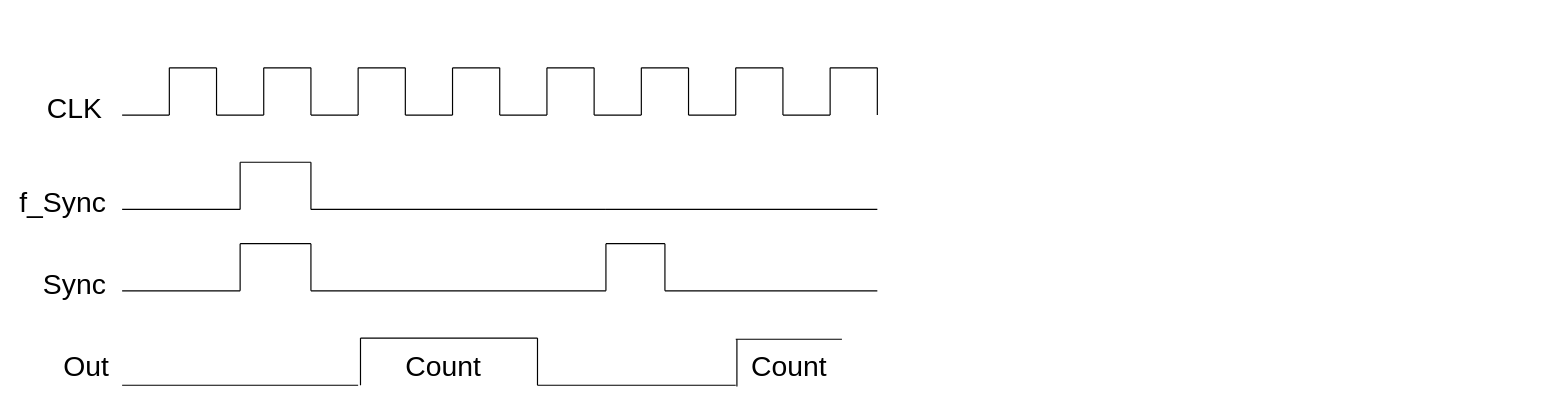
Before: Diagrams/regular.drawio in sabarioded/Patterns_Project, a draw.io diagram. Source tidied: cells renumbered, new cells numbered last; positions are measured from the earlier drawing's top-left corner, leaving out a move shared by most shapes. Both pictures are drawn from the tidied source at 118%, with x=0, y=0 at pixel (27, 67).
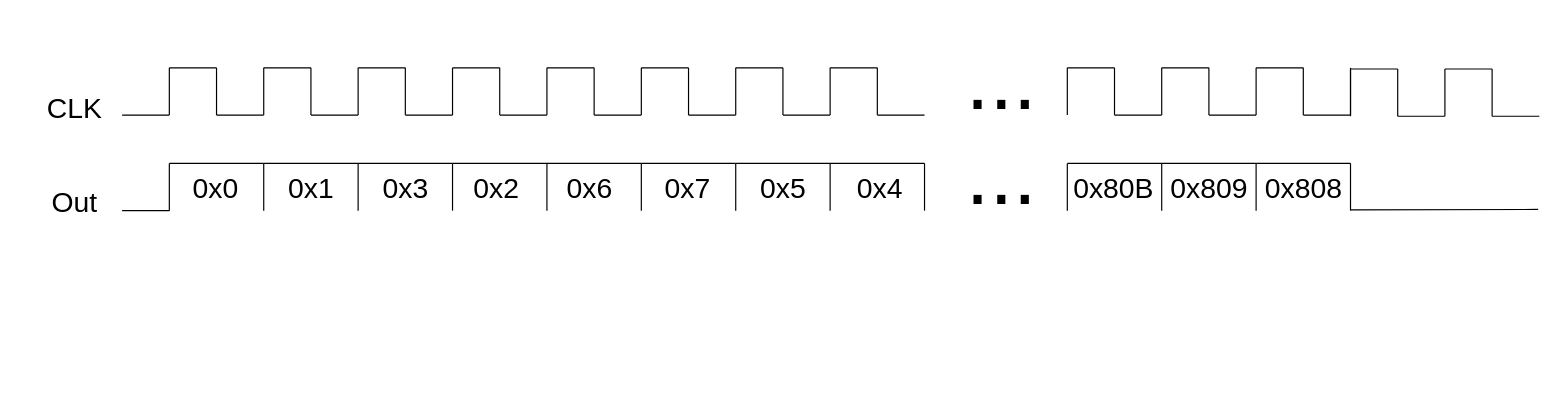
Above is the later version.

The edit, as a diff of the source:
```diff
@@
-    <mxCell id="27" style="endArrow=none;html=1;rounded=0;" parent="1" edge="1">
-      <mxGeometry relative="1" as="geometry">
-        <mxPoint x="80" y="189" as="sourcePoint" />
-        <mxPoint x="180" y="189" as="targetPoint" />
-      </mxGeometry>
-    </mxCell>
-    <mxCell id="28" style="endArrow=none;html=1;rounded=0;" parent="1" edge="1">
-      <mxGeometry relative="1" as="geometry">
-        <mxPoint x="180" y="189" as="sourcePoint" />
-        <mxPoint x="180" y="149" as="targetPoint" />
-      </mxGeometry>
-    </mxCell>
-    <mxCell id="29" style="endArrow=none;html=1;rounded=0;" parent="1" edge="1">
-      <mxGeometry relative="1" as="geometry">
-        <mxPoint x="180" y="149" as="sourcePoint" />
-        <mxPoint x="240" y="149" as="targetPoint" />
-      </mxGeometry>
-    </mxCell>
-    <mxCell id="30" style="endArrow=none;html=1;rounded=0;" parent="1" edge="1">
-      <mxGeometry relative="1" as="geometry">
-        <mxPoint x="240" y="189" as="sourcePoint" />
-        <mxPoint x="240" y="149" as="targetPoint" />
-      </mxGeometry>
-    </mxCell>
-    <mxCell id="31" style="endArrow=none;html=1;rounded=0;" parent="1" edge="1">
-      <mxGeometry relative="1" as="geometry">
-        <mxPoint x="240" y="189" as="sourcePoint" />
-        <mxPoint x="490" y="189" as="targetPoint" />
-      </mxGeometry>
-    </mxCell>
-    <mxCell id="32" style="endArrow=none;html=1;rounded=0;" parent="1" edge="1">
-      <mxGeometry relative="1" as="geometry">
-        <mxPoint x="490" y="189" as="sourcePoint" />
-        <mxPoint x="490" y="149" as="targetPoint" />
-      </mxGeometry>
-    </mxCell>
-    <mxCell id="33" style="endArrow=none;html=1;rounded=0;" parent="1" edge="1">
-      <mxGeometry relative="1" as="geometry">
-        <mxPoint x="490" y="149" as="sourcePoint" />
-        <mxPoint x="540" y="149" as="targetPoint" />
-      </mxGeometry>
-    </mxCell>
-    <mxCell id="34" style="endArrow=none;html=1;rounded=0;" parent="1" edge="1">
-      <mxGeometry relative="1" as="geometry">
-        <mxPoint x="540" y="189" as="sourcePoint" />
-        <mxPoint x="540" y="149" as="targetPoint" />
-      </mxGeometry>
-    </mxCell>
-    <mxCell id="35" style="endArrow=none;html=1;rounded=0;" parent="1" edge="1">
-      <mxGeometry relative="1" as="geometry">
-        <mxPoint x="540" y="189" as="sourcePoint" />
-        <mxPoint x="720" y="189" as="targetPoint" />
-      </mxGeometry>
-    </mxCell>
-    <mxCell id="36" style="endArrow=none;html=1;rounded=0;" parent="1" edge="1">
-      <mxGeometry relative="1" as="geometry">
-        <mxPoint x="80" y="269" as="sourcePoint" />
-        <mxPoint x="280" y="269" as="targetPoint" />
-      </mxGeometry>
-    </mxCell>
-    <mxCell id="37" style="endArrow=none;html=1;rounded=0;" parent="1" edge="1">
-      <mxGeometry relative="1" as="geometry">
-        <mxPoint x="282" y="269" as="sourcePoint" />
-        <mxPoint x="282" y="229" as="targetPoint" />
-      </mxGeometry>
-    </mxCell>
-    <mxCell id="38" style="endArrow=none;html=1;rounded=0;" parent="1" edge="1">
-      <mxGeometry relative="1" as="geometry">
-        <mxPoint x="282" y="229" as="sourcePoint" />
-        <mxPoint x="432" y="229" as="targetPoint" />
-      </mxGeometry>
-    </mxCell>
-    <mxCell id="39" style="endArrow=none;html=1;rounded=0;" parent="1" edge="1">
-      <mxGeometry relative="1" as="geometry">
-        <mxPoint x="432" y="269" as="sourcePoint" />
-        <mxPoint x="432" y="229" as="targetPoint" />
-      </mxGeometry>
-    </mxCell>
-    <mxCell id="40" value="&lt;font style=&quot;font-size: 24px;&quot;&gt;Count&lt;/font&gt;" style="text;html=1;align=center;verticalAlign=middle;strokeColor=none;fillColor=none;" parent="1" vertex="1">
-      <mxGeometry x="307" y="234" width="90" height="40" as="geometry" />
-    </mxCell>
-    <mxCell id="41" value="&lt;font style=&quot;font-size: 24px;&quot;&gt;Sync&lt;/font&gt;" style="text;html=1;align=center;verticalAlign=middle;whiteSpace=wrap;rounded=0;" parent="1" vertex="1">
-      <mxGeometry x="10" y="169" width="60" height="30" as="geometry" />
-    </mxCell>
@@
-    <mxCell id="50" style="endArrow=none;html=1;rounded=0;" parent="1" edge="1">
-      <mxGeometry relative="1" as="geometry">
-        <mxPoint x="432" y="269" as="sourcePoint" />
-        <mxPoint x="600" y="269" as="targetPoint" />
-      </mxGeometry>
-    </mxCell>
-    <mxCell id="51" style="endArrow=none;html=1;rounded=0;" parent="1" edge="1">
-      <mxGeometry relative="1" as="geometry">
-        <mxPoint x="601" y="270" as="sourcePoint" />
-        <mxPoint x="601" y="230" as="targetPoint" />
-      </mxGeometry>
-    </mxCell>
-    <mxCell id="52" style="endArrow=none;html=1;rounded=0;" parent="1" edge="1">
-      <mxGeometry relative="1" as="geometry">
-        <mxPoint x="600" y="230" as="sourcePoint" />
-        <mxPoint x="690" y="230" as="targetPoint" />
-      </mxGeometry>
-    </mxCell>
-    <mxCell id="53" value="&lt;font style=&quot;font-size: 24px;&quot;&gt;Count&lt;/font&gt;" style="text;html=1;align=center;verticalAlign=middle;strokeColor=none;fillColor=none;" parent="1" vertex="1">
-      <mxGeometry x="600" y="234" width="90" height="40" as="geometry" />
-    </mxCell>
     <mxCell id="54" value="&lt;font style=&quot;font-size: 24px;&quot;&gt;Out&lt;/font&gt;" style="text;html=1;align=center;verticalAlign=middle;whiteSpace=wrap;rounded=0;" parent="1" vertex="1">
-      <mxGeometry x="20" y="239" width="60" height="30" as="geometry" />
+      <mxGeometry x="10" y="100" width="60" height="30" as="geometry" />
     </mxCell>
-    <mxCell id="55" style="endArrow=none;html=1;rounded=0;" parent="1" edge="1">
-      <mxGeometry relative="1" as="geometry">
-        <mxPoint x="80" y="120" as="sourcePoint" />
-        <mxPoint x="180" y="120" as="targetPoint" />
-      </mxGeometry>
-    </mxCell>
-    <mxCell id="56" style="endArrow=none;html=1;rounded=0;" parent="1" edge="1">
-      <mxGeometry relative="1" as="geometry">
-        <mxPoint x="180" y="120" as="sourcePoint" />
-        <mxPoint x="180" y="80" as="targetPoint" />
-      </mxGeometry>
-    </mxCell>
-    <mxCell id="57" style="endArrow=none;html=1;rounded=0;" parent="1" edge="1">
-      <mxGeometry relative="1" as="geometry">
-        <mxPoint x="180" y="80" as="sourcePoint" />
-        <mxPoint x="240" y="80" as="targetPoint" />
-      </mxGeometry>
-    </mxCell>
-    <mxCell id="58" style="endArrow=none;html=1;rounded=0;" parent="1" edge="1">
-      <mxGeometry relative="1" as="geometry">
-        <mxPoint x="240" y="120" as="sourcePoint" />
-        <mxPoint x="240" y="80" as="targetPoint" />
-      </mxGeometry>
-    </mxCell>
-    <mxCell id="59" style="endArrow=none;html=1;rounded=0;" parent="1" edge="1">
-      <mxGeometry relative="1" as="geometry">
-        <mxPoint x="240" y="120" as="sourcePoint" />
-        <mxPoint x="490" y="120" as="targetPoint" />
-      </mxGeometry>
-    </mxCell>
-    <mxCell id="60" style="endArrow=none;html=1;rounded=0;" parent="1" edge="1">
-      <mxGeometry relative="1" as="geometry">
-        <mxPoint x="490" y="120" as="sourcePoint" />
-        <mxPoint x="720" y="120" as="targetPoint" />
-      </mxGeometry>
-    </mxCell>
-    <mxCell id="61" value="&lt;font style=&quot;font-size: 24px;&quot;&gt;f_Sync&lt;/font&gt;" style="text;html=1;align=center;verticalAlign=middle;whiteSpace=wrap;rounded=0;" parent="1" vertex="1">
-      <mxGeometry y="100" width="60" height="30" as="geometry" />
-    </mxCell>
+    <mxCell id="62" style="endArrow=none;html=1;rounded=0;" parent="1" edge="1">
+      <mxGeometry relative="1" as="geometry">
+        <mxPoint x="80" y="121" as="sourcePoint" />
+        <mxPoint x="120" y="121" as="targetPoint" />
+      </mxGeometry>
+    </mxCell>
+    <mxCell id="63" style="endArrow=none;html=1;rounded=0;" parent="1" edge="1">
+      <mxGeometry relative="1" as="geometry">
+        <mxPoint x="120" y="121" as="sourcePoint" />
+        <mxPoint x="120" y="81" as="targetPoint" />
+      </mxGeometry>
+    </mxCell>
+    <mxCell id="64" style="endArrow=none;html=1;rounded=0;" parent="1" edge="1">
+      <mxGeometry relative="1" as="geometry">
+        <mxPoint x="120" y="81" as="sourcePoint" />
+        <mxPoint x="200" y="81" as="targetPoint" />
+      </mxGeometry>
+    </mxCell>
+    <mxCell id="65" style="endArrow=none;html=1;rounded=0;" parent="1" edge="1">
+      <mxGeometry relative="1" as="geometry">
+        <mxPoint x="200" y="121" as="sourcePoint" />
+        <mxPoint x="200" y="81" as="targetPoint" />
+      </mxGeometry>
+    </mxCell>
+    <mxCell id="66" style="endArrow=none;html=1;rounded=0;" parent="1" edge="1">
+      <mxGeometry relative="1" as="geometry">
+        <mxPoint x="200" y="81" as="sourcePoint" />
+        <mxPoint x="280" y="81" as="targetPoint" />
+      </mxGeometry>
+    </mxCell>
+    <mxCell id="67" style="endArrow=none;html=1;rounded=0;" parent="1" edge="1">
+      <mxGeometry relative="1" as="geometry">
+        <mxPoint x="280" y="121" as="sourcePoint" />
+        <mxPoint x="280" y="81" as="targetPoint" />
+      </mxGeometry>
+    </mxCell>
+    <mxCell id="68" style="endArrow=none;html=1;rounded=0;" parent="1" edge="1">
+      <mxGeometry relative="1" as="geometry">
+        <mxPoint x="280" y="81" as="sourcePoint" />
+        <mxPoint x="360" y="81" as="targetPoint" />
+      </mxGeometry>
+    </mxCell>
+    <mxCell id="69" style="endArrow=none;html=1;rounded=0;" parent="1" edge="1">
+      <mxGeometry relative="1" as="geometry">
+        <mxPoint x="360" y="121" as="sourcePoint" />
+        <mxPoint x="360" y="81" as="targetPoint" />
+      </mxGeometry>
+    </mxCell>
+    <mxCell id="70" style="endArrow=none;html=1;rounded=0;" parent="1" edge="1">
+      <mxGeometry relative="1" as="geometry">
+        <mxPoint x="360" y="81" as="sourcePoint" />
+        <mxPoint x="440" y="81" as="targetPoint" />
+      </mxGeometry>
+    </mxCell>
+    <mxCell id="71" style="endArrow=none;html=1;rounded=0;" parent="1" edge="1">
+      <mxGeometry relative="1" as="geometry">
+        <mxPoint x="440" y="121" as="sourcePoint" />
+        <mxPoint x="440" y="81" as="targetPoint" />
+      </mxGeometry>
+    </mxCell>
+    <mxCell id="72" style="endArrow=none;html=1;rounded=0;" parent="1" edge="1">
+      <mxGeometry relative="1" as="geometry">
+        <mxPoint x="440" y="81" as="sourcePoint" />
+        <mxPoint x="520" y="81" as="targetPoint" />
+      </mxGeometry>
+    </mxCell>
+    <mxCell id="73" style="endArrow=none;html=1;rounded=0;" parent="1" edge="1">
+      <mxGeometry relative="1" as="geometry">
+        <mxPoint x="520" y="121" as="sourcePoint" />
+        <mxPoint x="520" y="81" as="targetPoint" />
+      </mxGeometry>
+    </mxCell>
+    <mxCell id="74" style="endArrow=none;html=1;rounded=0;" parent="1" edge="1">
+      <mxGeometry relative="1" as="geometry">
+        <mxPoint x="520" y="81" as="sourcePoint" />
+        <mxPoint x="600" y="81" as="targetPoint" />
+      </mxGeometry>
+    </mxCell>
+    <mxCell id="75" style="endArrow=none;html=1;rounded=0;" parent="1" edge="1">
+      <mxGeometry relative="1" as="geometry">
+        <mxPoint x="600" y="121" as="sourcePoint" />
+        <mxPoint x="600" y="81" as="targetPoint" />
+      </mxGeometry>
+    </mxCell>
+    <mxCell id="76" style="endArrow=none;html=1;rounded=0;" parent="1" edge="1">
+      <mxGeometry relative="1" as="geometry">
+        <mxPoint x="600" y="81" as="sourcePoint" />
+        <mxPoint x="680" y="81" as="targetPoint" />
+      </mxGeometry>
+    </mxCell>
+    <mxCell id="77" style="endArrow=none;html=1;rounded=0;" parent="1" edge="1">
+      <mxGeometry relative="1" as="geometry">
+        <mxPoint x="680" y="121" as="sourcePoint" />
+        <mxPoint x="680" y="81" as="targetPoint" />
+      </mxGeometry>
+    </mxCell>
+    <mxCell id="78" style="endArrow=none;html=1;rounded=0;" parent="1" edge="1">
+      <mxGeometry relative="1" as="geometry">
+        <mxPoint x="680" y="81" as="sourcePoint" />
+        <mxPoint x="760" y="81" as="targetPoint" />
+      </mxGeometry>
+    </mxCell>
+    <mxCell id="79" style="endArrow=none;html=1;rounded=0;" parent="1" edge="1">
+      <mxGeometry relative="1" as="geometry">
+        <mxPoint x="760" y="121" as="sourcePoint" />
+        <mxPoint x="760" y="81" as="targetPoint" />
+      </mxGeometry>
+    </mxCell>
+    <mxCell id="80" style="endArrow=none;html=1;rounded=0;" parent="1" edge="1">
+      <mxGeometry relative="1" as="geometry">
+        <mxPoint x="720" y="40" as="sourcePoint" />
+        <mxPoint x="760" y="40" as="targetPoint" />
+      </mxGeometry>
+    </mxCell>
+    <mxCell id="81" value="&lt;font style=&quot;font-size: 24px;&quot;&gt;0x0&lt;/font&gt;" style="text;html=1;align=center;verticalAlign=middle;strokeColor=none;fillColor=none;" parent="1" vertex="1">
+      <mxGeometry x="129" y="83" width="60" height="40" as="geometry" />
+    </mxCell>
+    <mxCell id="82" value="&lt;font style=&quot;font-size: 24px;&quot;&gt;0x1&lt;/font&gt;" style="text;html=1;align=center;verticalAlign=middle;strokeColor=none;fillColor=none;" parent="1" vertex="1">
+      <mxGeometry x="210" y="83" width="60" height="40" as="geometry" />
+    </mxCell>
+    <mxCell id="83" value="&lt;font style=&quot;font-size: 24px;&quot;&gt;0x3&lt;/font&gt;" style="text;html=1;align=center;verticalAlign=middle;strokeColor=none;fillColor=none;" parent="1" vertex="1">
+      <mxGeometry x="290" y="83" width="60" height="40" as="geometry" />
+    </mxCell>
+    <mxCell id="84" value="&lt;font style=&quot;font-size: 24px;&quot;&gt;0x2&lt;/font&gt;" style="text;html=1;align=center;verticalAlign=middle;strokeColor=none;fillColor=none;" parent="1" vertex="1">
+      <mxGeometry x="367" y="83" width="60" height="40" as="geometry" />
+    </mxCell>
+    <mxCell id="85" value="&lt;font style=&quot;font-size: 24px;&quot;&gt;0x6&lt;/font&gt;" style="text;html=1;align=center;verticalAlign=middle;strokeColor=none;fillColor=none;" parent="1" vertex="1">
+      <mxGeometry x="446" y="83" width="60" height="40" as="geometry" />
+    </mxCell>
+    <mxCell id="86" value="&lt;font style=&quot;font-size: 24px;&quot;&gt;0x7&lt;/font&gt;" style="text;html=1;align=center;verticalAlign=middle;strokeColor=none;fillColor=none;" parent="1" vertex="1">
+      <mxGeometry x="529" y="83" width="60" height="40" as="geometry" />
+    </mxCell>
+    <mxCell id="87" value="&lt;span style=&quot;font-size: 24px;&quot;&gt;0x5&lt;/span&gt;" style="text;html=1;align=center;verticalAlign=middle;strokeColor=none;fillColor=none;" parent="1" vertex="1">
+      <mxGeometry x="610" y="83" width="60" height="40" as="geometry" />
+    </mxCell>
+    <mxCell id="88" value="&lt;font style=&quot;font-size: 24px;&quot;&gt;0x4&lt;/font&gt;" style="text;html=1;align=center;verticalAlign=middle;strokeColor=none;fillColor=none;" parent="1" vertex="1">
+      <mxGeometry x="692" y="83" width="60" height="40" as="geometry" />
+    </mxCell>
+    <mxCell id="89" value="&lt;font style=&quot;font-size: 72px;&quot;&gt;...&lt;/font&gt;" style="text;html=1;align=center;verticalAlign=middle;strokeColor=none;fillColor=none;" parent="1" vertex="1">
+      <mxGeometry x="785" y="41" width="80" height="100" as="geometry" />
+    </mxCell>
+    <mxCell id="90" value="&lt;font style=&quot;font-size: 72px;&quot;&gt;...&lt;/font&gt;" style="text;html=1;align=center;verticalAlign=middle;strokeColor=none;fillColor=none;" parent="1" vertex="1">
+      <mxGeometry x="785" y="-40" width="80" height="100" as="geometry" />
+    </mxCell>
+    <mxCell id="91" style="endArrow=none;html=1;rounded=0;" parent="1" edge="1">
+      <mxGeometry relative="1" as="geometry">
+        <mxPoint x="881" y="40" as="sourcePoint" />
+        <mxPoint x="881" as="targetPoint" />
+      </mxGeometry>
+    </mxCell>
+    <mxCell id="92" style="endArrow=none;html=1;rounded=0;" parent="1" edge="1">
+      <mxGeometry relative="1" as="geometry">
+        <mxPoint x="881" as="sourcePoint" />
+        <mxPoint x="921" as="targetPoint" />
+      </mxGeometry>
+    </mxCell>
+    <mxCell id="93" style="endArrow=none;html=1;rounded=0;" parent="1" edge="1">
+      <mxGeometry relative="1" as="geometry">
+        <mxPoint x="921" y="40" as="sourcePoint" />
+        <mxPoint x="921" as="targetPoint" />
+      </mxGeometry>
+    </mxCell>
+    <mxCell id="94" style="endArrow=none;html=1;rounded=0;" parent="1" edge="1">
+      <mxGeometry relative="1" as="geometry">
+        <mxPoint x="921" y="40" as="sourcePoint" />
+        <mxPoint x="961" y="40" as="targetPoint" />
+      </mxGeometry>
+    </mxCell>
+    <mxCell id="95" style="endArrow=none;html=1;rounded=0;" parent="1" edge="1">
+      <mxGeometry relative="1" as="geometry">
+        <mxPoint x="961" y="40" as="sourcePoint" />
+        <mxPoint x="961" as="targetPoint" />
+      </mxGeometry>
+    </mxCell>
+    <mxCell id="96" style="endArrow=none;html=1;rounded=0;" parent="1" edge="1">
+      <mxGeometry relative="1" as="geometry">
+        <mxPoint x="961" as="sourcePoint" />
+        <mxPoint x="1001" as="targetPoint" />
+      </mxGeometry>
+    </mxCell>
+    <mxCell id="97" style="endArrow=none;html=1;rounded=0;" parent="1" edge="1">
+      <mxGeometry relative="1" as="geometry">
+        <mxPoint x="1001" y="40" as="sourcePoint" />
+        <mxPoint x="1001" as="targetPoint" />
+      </mxGeometry>
+    </mxCell>
+    <mxCell id="98" style="endArrow=none;html=1;rounded=0;" parent="1" edge="1">
+      <mxGeometry relative="1" as="geometry">
+        <mxPoint x="1001" y="40" as="sourcePoint" />
+        <mxPoint x="1041" y="40" as="targetPoint" />
+      </mxGeometry>
+    </mxCell>
+    <mxCell id="99" style="endArrow=none;html=1;rounded=0;" parent="1" edge="1">
+      <mxGeometry relative="1" as="geometry">
+        <mxPoint x="1041" y="40" as="sourcePoint" />
+        <mxPoint x="1041" as="targetPoint" />
+      </mxGeometry>
+    </mxCell>
+    <mxCell id="100" style="endArrow=none;html=1;rounded=0;" parent="1" edge="1">
+      <mxGeometry relative="1" as="geometry">
+        <mxPoint x="1041" as="sourcePoint" />
+        <mxPoint x="1081" as="targetPoint" />
+      </mxGeometry>
+    </mxCell>
+    <mxCell id="101" style="endArrow=none;html=1;rounded=0;" parent="1" edge="1">
+      <mxGeometry relative="1" as="geometry">
+        <mxPoint x="1081" y="40" as="sourcePoint" />
+        <mxPoint x="1081" as="targetPoint" />
+      </mxGeometry>
+    </mxCell>
+    <mxCell id="102" style="endArrow=none;html=1;rounded=0;" parent="1" edge="1">
+      <mxGeometry relative="1" as="geometry">
+        <mxPoint x="1081" y="40" as="sourcePoint" />
+        <mxPoint x="1121" y="40" as="targetPoint" />
+      </mxGeometry>
+    </mxCell>
+    <mxCell id="103" style="endArrow=none;html=1;rounded=0;" parent="1" edge="1">
+      <mxGeometry relative="1" as="geometry">
+        <mxPoint x="1121" y="40" as="sourcePoint" />
+        <mxPoint x="1121" as="targetPoint" />
+      </mxGeometry>
+    </mxCell>
+    <mxCell id="104" style="endArrow=none;html=1;rounded=0;" parent="1" edge="1">
+      <mxGeometry relative="1" as="geometry">
+        <mxPoint x="881" y="121" as="sourcePoint" />
+        <mxPoint x="881" y="81" as="targetPoint" />
+      </mxGeometry>
+    </mxCell>
+    <mxCell id="105" style="endArrow=none;html=1;rounded=0;" parent="1" edge="1">
+      <mxGeometry relative="1" as="geometry">
+        <mxPoint x="881" y="81" as="sourcePoint" />
+        <mxPoint x="961" y="81" as="targetPoint" />
+      </mxGeometry>
+    </mxCell>
+    <mxCell id="106" style="endArrow=none;html=1;rounded=0;" parent="1" edge="1">
+      <mxGeometry relative="1" as="geometry">
+        <mxPoint x="961" y="121" as="sourcePoint" />
+        <mxPoint x="961" y="81" as="targetPoint" />
+      </mxGeometry>
+    </mxCell>
+    <mxCell id="107" style="endArrow=none;html=1;rounded=0;" parent="1" edge="1">
+      <mxGeometry relative="1" as="geometry">
+        <mxPoint x="961" y="81" as="sourcePoint" />
+        <mxPoint x="1041" y="81" as="targetPoint" />
+      </mxGeometry>
+    </mxCell>
+    <mxCell id="108" style="endArrow=none;html=1;rounded=0;" parent="1" edge="1">
+      <mxGeometry relative="1" as="geometry">
+        <mxPoint x="1041" y="121" as="sourcePoint" />
+        <mxPoint x="1041" y="81" as="targetPoint" />
+      </mxGeometry>
+    </mxCell>
+    <mxCell id="109" style="endArrow=none;html=1;rounded=0;" parent="1" edge="1">
+      <mxGeometry relative="1" as="geometry">
+        <mxPoint x="1041" y="81" as="sourcePoint" />
+        <mxPoint x="1121" y="81" as="targetPoint" />
+      </mxGeometry>
+    </mxCell>
+    <mxCell id="110" style="endArrow=none;html=1;rounded=0;" parent="1" edge="1">
+      <mxGeometry relative="1" as="geometry">
+        <mxPoint x="1121" y="121" as="sourcePoint" />
+        <mxPoint x="1121" y="81" as="targetPoint" />
+      </mxGeometry>
+    </mxCell>
+    <mxCell id="111" value="&lt;font style=&quot;font-size: 24px;&quot;&gt;0x80B&lt;/font&gt;" style="text;html=1;align=center;verticalAlign=middle;strokeColor=none;fillColor=none;" parent="1" vertex="1">
+      <mxGeometry x="875" y="83" width="90" height="40" as="geometry" />
+    </mxCell>
+    <mxCell id="112" value="&lt;font style=&quot;font-size: 24px;&quot;&gt;0x809&lt;/font&gt;" style="text;html=1;align=center;verticalAlign=middle;strokeColor=none;fillColor=none;" parent="1" vertex="1">
+      <mxGeometry x="956" y="83" width="90" height="40" as="geometry" />
+    </mxCell>
+    <mxCell id="113" value="&lt;font style=&quot;font-size: 24px;&quot;&gt;0x808&lt;/font&gt;" style="text;html=1;align=center;verticalAlign=middle;strokeColor=none;fillColor=none;" parent="1" vertex="1">
+      <mxGeometry x="1036" y="83" width="90" height="40" as="geometry" />
+    </mxCell>
+    <mxCell id="114" style="endArrow=none;html=1;rounded=0;" parent="1" edge="1">
+      <mxGeometry relative="1" as="geometry">
+        <mxPoint x="1121" y="41" as="sourcePoint" />
+        <mxPoint x="1121" y="1" as="targetPoint" />
+      </mxGeometry>
+    </mxCell>
+    <mxCell id="115" style="endArrow=none;html=1;rounded=0;" parent="1" edge="1">
+      <mxGeometry relative="1" as="geometry">
+        <mxPoint x="1121" y="1" as="sourcePoint" />
+        <mxPoint x="1161" y="1" as="targetPoint" />
+      </mxGeometry>
+    </mxCell>
+    <mxCell id="116" style="endArrow=none;html=1;rounded=0;" parent="1" edge="1">
+      <mxGeometry relative="1" as="geometry">
+        <mxPoint x="1161" y="41" as="sourcePoint" />
+        <mxPoint x="1161" y="1" as="targetPoint" />
+      </mxGeometry>
+    </mxCell>
+    <mxCell id="117" style="endArrow=none;html=1;rounded=0;" parent="1" edge="1">
+      <mxGeometry relative="1" as="geometry">
+        <mxPoint x="1161" y="41" as="sourcePoint" />
+        <mxPoint x="1201" y="41" as="targetPoint" />
+      </mxGeometry>
+    </mxCell>
+    <mxCell id="118" style="endArrow=none;html=1;rounded=0;" parent="1" edge="1">
+      <mxGeometry relative="1" as="geometry">
+        <mxPoint x="1201" y="41" as="sourcePoint" />
+        <mxPoint x="1201" y="1" as="targetPoint" />
+      </mxGeometry>
+    </mxCell>
+    <mxCell id="119" style="endArrow=none;html=1;rounded=0;" parent="1" edge="1">
+      <mxGeometry relative="1" as="geometry">
+        <mxPoint x="1201" y="1" as="sourcePoint" />
+        <mxPoint x="1241" y="1" as="targetPoint" />
+      </mxGeometry>
+    </mxCell>
+    <mxCell id="120" style="endArrow=none;html=1;rounded=0;" parent="1" edge="1">
+      <mxGeometry relative="1" as="geometry">
+        <mxPoint x="1241" y="41" as="sourcePoint" />
+        <mxPoint x="1241" y="1" as="targetPoint" />
+      </mxGeometry>
+    </mxCell>
+    <mxCell id="121" style="endArrow=none;html=1;rounded=0;" parent="1" edge="1">
+      <mxGeometry relative="1" as="geometry">
+        <mxPoint x="1241" y="41" as="sourcePoint" />
+        <mxPoint x="1281" y="41" as="targetPoint" />
+      </mxGeometry>
+    </mxCell>
+    <mxCell id="122" style="endArrow=none;html=1;rounded=0;exitX=1.013;exitY=0.933;exitDx=0;exitDy=0;exitPerimeter=0;" parent="1" edge="1">
+      <mxGeometry relative="1" as="geometry">
+        <mxPoint x="1121.2" y="120.3" as="sourcePoint" />
+        <mxPoint x="1280" y="120" as="targetPoint" />
+      </mxGeometry>
+    </mxCell>
```
